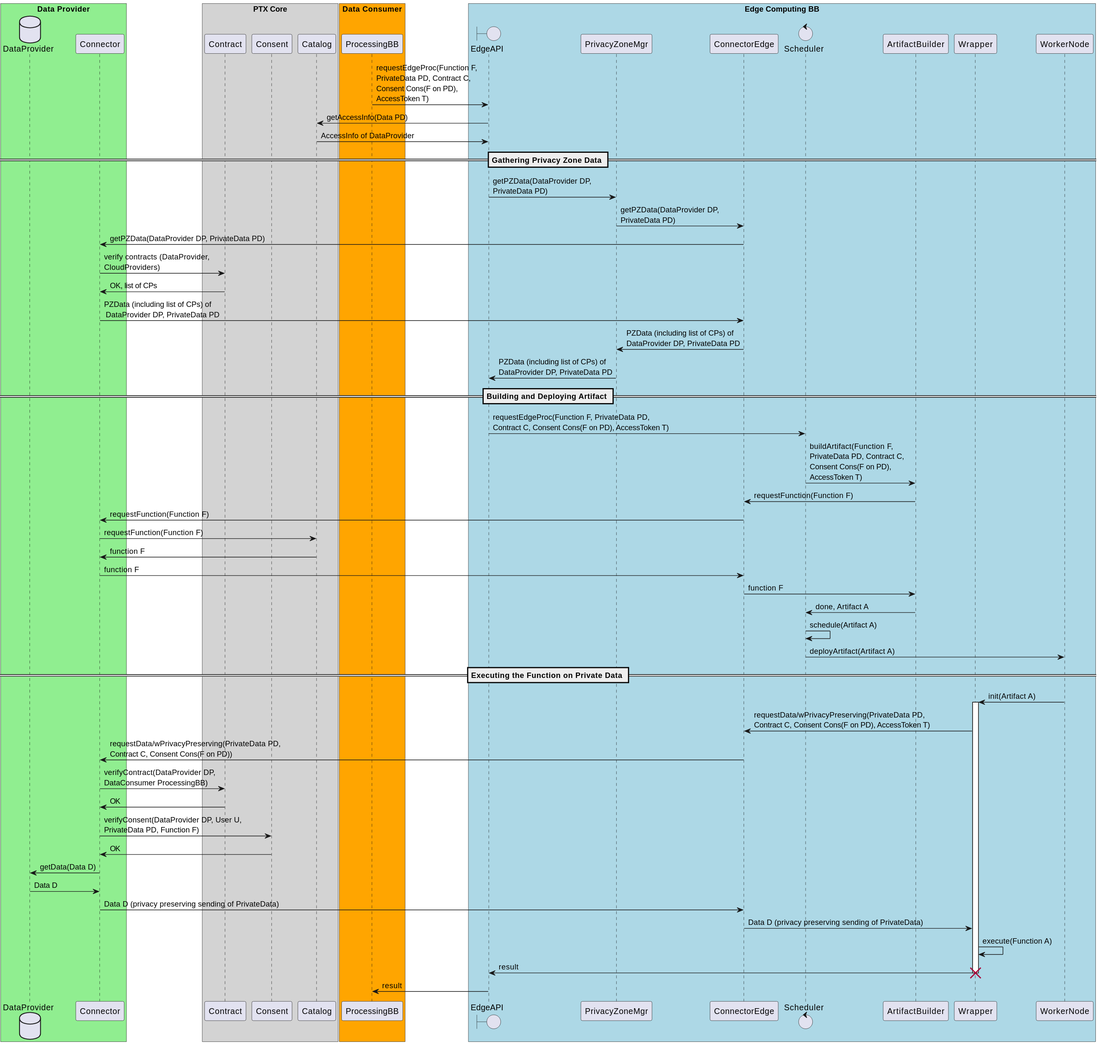
This is docs/diagrams/edge-computing-bb-seq-diag.svg from Prometheus-X-association/edge-computing, a PlantUML export, as it was before one commit.
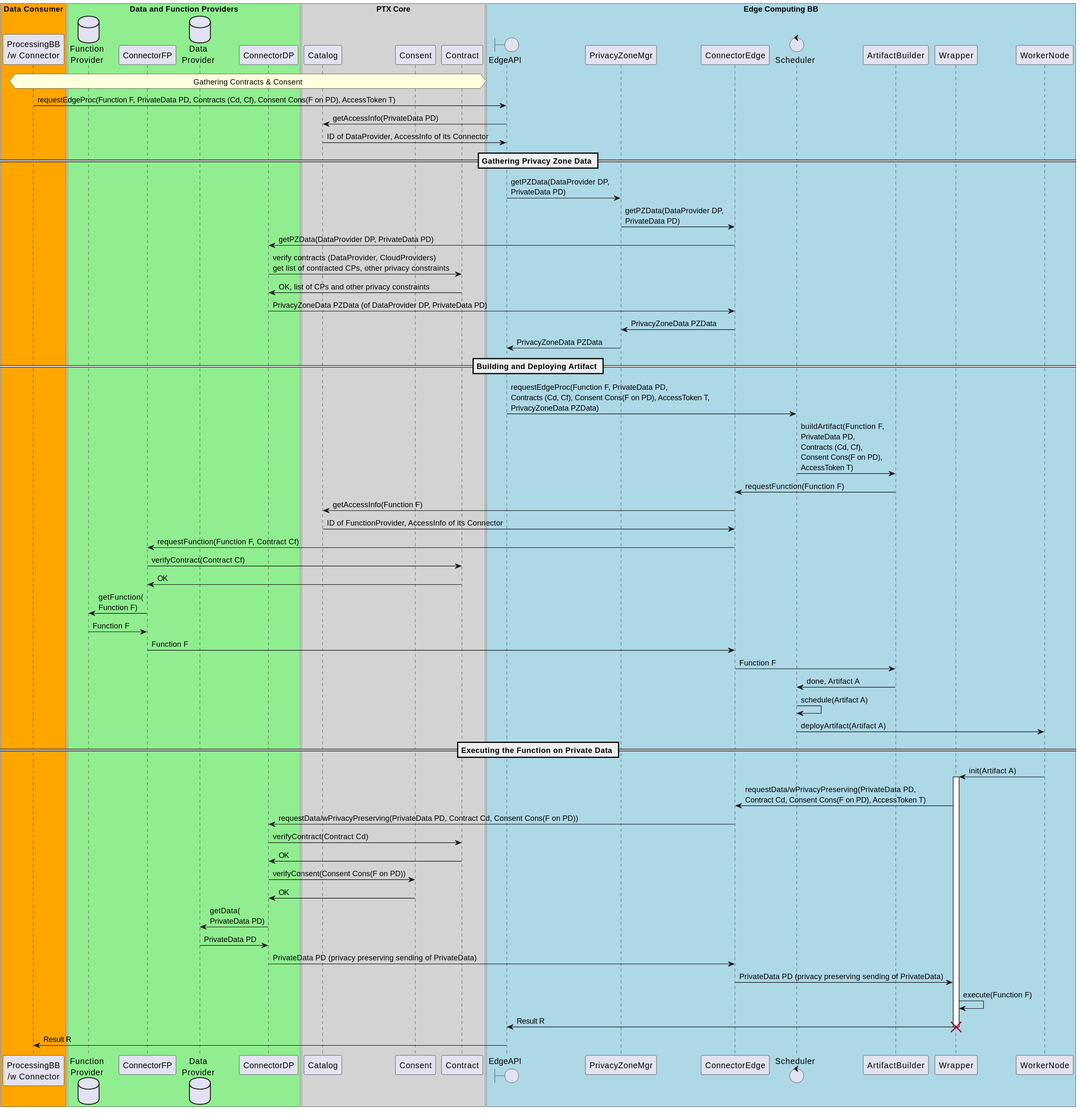
The same diagram one commit later.

Commit message:
update seq diagram

Change to the diagram source:
```diff
@@ -1,72 +1,80 @@
 @startuml
-box "Data Provider" #LightGreen
-    database DataProvider order 10
-    participant Connector order 20
+box "Data Consumer" #Orange
+    participant "ProcessingBB\n/w Connector" as ProcessingBB order 5
 end box
-
+box "Data and Function Providers" #LightGreen
+    database "Function\nProvider" as FunctionProvider order 10
+    participant ConnectorFP order 15
+    database "Data\nProvider" as DataProvider order 20
+    participant ConnectorDP order 25
+end box
 box "PTX Core" #LightGrey
-    participant Contract order 30
-    participant Consent order 35
-    participant Catalog order 40
-end box
-box "Data Consumer" #Orange
-    participant ProcessingBB order 50
+    participant Catalog order 30
+    participant Consent order 40
+    participant Contract order 50
 end box
 box "Edge Computing BB" #LightBlue
     boundary EdgeAPI order 60
+    participant PrivacyZoneMgr order 65
     participant ConnectorEdge order 70
-    participant PrivacyZoneMgr order 65
     control Scheduler order 80
     participant ArtifactBuilder order 90
     participant Wrapper order 100
     participant WorkerNode order 110
 end box
 
-ProcessingBB -> EdgeAPI : requestEdgeProc(Function F, \nPrivateData PD, Contract C, \nConsent Cons(F on PD), \nAccessToken T)
-EdgeAPI -> Catalog : getAccessInfo(Data PD)
-Catalog -> EdgeAPI : AccessInfo of DataProvider
+hnote over ProcessingBB, Contract: Gathering Contracts & Consent
+
+ProcessingBB -> EdgeAPI : requestEdgeProc(Function F, PrivateData PD, Contracts (Cd, Cf), Consent Cons(F on PD), AccessToken T)
+EdgeAPI -> Catalog : getAccessInfo(PrivateData PD)
+Catalog -> EdgeAPI : ID of DataProvider, AccessInfo of its Connector
 
 == Gathering Privacy Zone Data ==
 EdgeAPI -> PrivacyZoneMgr : getPZData(DataProvider DP, \nPrivateData PD)
 PrivacyZoneMgr -> ConnectorEdge : getPZData(DataProvider DP, \nPrivateData PD)
-ConnectorEdge -> Connector : getPZData(DataProvider DP, PrivateData PD)
-Connector -> Contract : verify contracts (DataProvider, \nCloudProviders)
-Contract -> Connector : OK, list of CPs
-Connector -> ConnectorEdge : PZData (including list of CPs) of \n DataProvider DP, PrivateData PD
-ConnectorEdge -> PrivacyZoneMgr : PZData (including list of CPs) of \nDataProvider DP, PrivateData PD
-PrivacyZoneMgr -> EdgeAPI : PZData (including list of CPs) of \nDataProvider DP, PrivateData PD
+ConnectorEdge -> ConnectorDP : getPZData(DataProvider DP, PrivateData PD)
+ConnectorDP -> Contract : verify contracts (DataProvider, CloudProviders)\nget list of contracted CPs, other privacy constraints
+Contract -> ConnectorDP : OK, list of CPs and other privacy constraints
+ConnectorDP -> ConnectorEdge : PrivacyZoneData PZData (of DataProvider DP, PrivateData PD)
+ConnectorEdge -> PrivacyZoneMgr : PrivacyZoneData PZData
+PrivacyZoneMgr -> EdgeAPI : PrivacyZoneData PZData
 
 == Building and Deploying Artifact ==
-EdgeAPI -> Scheduler : requestEdgeProc(Function F, PrivateData PD,\nContract C, Consent Cons(F on PD), AccessToken T)
-Scheduler -> ArtifactBuilder : buildArtifact(Function F, \nPrivateData PD, Contract C, \nConsent Cons(F on PD), \nAccessToken T)
+EdgeAPI -> Scheduler : requestEdgeProc(Function F, PrivateData PD,\nContracts (Cd, Cf), Consent Cons(F on PD), AccessToken T, \nPrivacyZoneData PZData)
+Scheduler -> ArtifactBuilder : buildArtifact(Function F, \nPrivateData PD, \nContracts (Cd, Cf), \nConsent Cons(F on PD), \nAccessToken T)
 ArtifactBuilder -> ConnectorEdge : requestFunction(Function F)
-ConnectorEdge -> Connector : requestFunction(Function F)
-Connector -> Catalog : requestFunction(Function F)
-Catalog -> Connector : function F
-Connector -> ConnectorEdge : function F
-ConnectorEdge -> ArtifactBuilder : function F
+ConnectorEdge -> Catalog : getAccessInfo(Function F)
+Catalog -> ConnectorEdge : ID of FunctionProvider, AccessInfo of its Connector
+
+ConnectorEdge -> ConnectorFP : requestFunction(Function F, Contract Cf)
+ConnectorFP -> Contract : verifyContract(Contract Cf)
+Contract -> ConnectorFP : OK
+ConnectorFP -> FunctionProvider : getFunction(\nFunction F)
+FunctionProvider -> ConnectorFP : Function F
+ConnectorFP -> ConnectorEdge : Function F
+
+ConnectorEdge -> ArtifactBuilder : Function F
 ArtifactBuilder -> Scheduler : done, Artifact A
-
 Scheduler -> Scheduler : schedule(Artifact A)
 Scheduler -> WorkerNode : deployArtifact(Artifact A)
 
 == Executing the Function on Private Data ==
 WorkerNode -> Wrapper : init(Artifact A)
 activate Wrapper
-Wrapper -> ConnectorEdge : requestData/wPrivacyPreserving(PrivateData PD,\nContract C, Consent Cons(F on PD), AccessToken T)
-ConnectorEdge -> Connector : requestData/wPrivacyPreserving(PrivateData PD,\nContract C, Consent Cons(F on PD))
+Wrapper -> ConnectorEdge : requestData/wPrivacyPreserving(PrivateData PD,\nContract Cd, Consent Cons(F on PD), AccessToken T)
+ConnectorEdge -> ConnectorDP : requestData/wPrivacyPreserving(PrivateData PD, Contract Cd, Consent Cons(F on PD))
 
-Connector -> Contract : verifyContract(DataProvider DP,\nDataConsumer ProcessingBB)
-Contract -> Connector : OK
-Connector -> Consent : verifyConsent(DataProvider DP, User U, \nPrivateData PD, Function F)
-Consent -> Connector : OK
-Connector -> DataProvider : getData(Data D)
-DataProvider -> Connector : Data D
+ConnectorDP -> Contract : verifyContract(Contract Cd)
+Contract -> ConnectorDP : OK
+ConnectorDP -> Consent : verifyConsent(Consent Cons(F on PD))
+Consent -> ConnectorDP : OK
+ConnectorDP -> DataProvider : getData(\nPrivateData PD)
+DataProvider -> ConnectorDP : PrivateData PD
 
-Connector -> ConnectorEdge : Data D (privacy preserving sending of PrivateData)
-ConnectorEdge -> Wrapper : Data D (privacy preserving sending of PrivateData)
-Wrapper -> Wrapper : execute(Function A)
-Wrapper -> EdgeAPI : result
+ConnectorDP -> ConnectorEdge : PrivateData PD (privacy preserving sending of PrivateData)
+ConnectorEdge -> Wrapper : PrivateData PD (privacy preserving sending of PrivateData)
+Wrapper -> Wrapper : execute(Function F)
+Wrapper -> EdgeAPI : Result R
 destroy Wrapper
-EdgeAPI -> ProcessingBB : result
+EdgeAPI -> ProcessingBB : Result R
 @enduml
```
